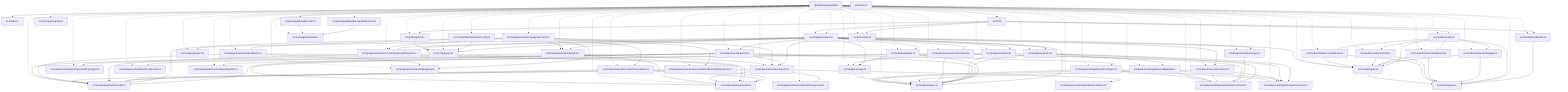
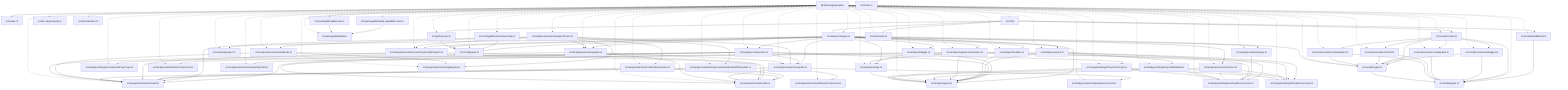
graph TD
  package__ankhorage_paradox["@ankhorage/paradox"]
  entrypoint_src_index_ts["src/index.ts"]
  package__ankhorage_paradox --> entrypoint_src_index_ts
  module_src_analyze_analyze_ts["src/analyze/analyze.ts"]
  package__ankhorage_paradox -.-> module_src_analyze_analyze_ts
  module_src_analyze_analyze_ts --> module_src_analyze_badges_ts
  module_src_analyze_analyze_ts --> module_src_analyze_components_ts
  module_src_analyze_analyze_ts --> module_src_analyze_exports_ts
  module_src_analyze_analyze_ts --> module_src_analyze_modules_ts
  module_src_analyze_analyze_ts --> module_src_analyze_project_ts
  module_src_analyze_analyze_ts --> module_src_analyze_readmeUsage_ts
  module_src_analyze_analyze_ts --> module_src_analyze_semantic_createTypeScriptProgram_ts
  module_src_analyze_analyze_ts --> module_src_analyze_semantic_exports_ts
  module_src_analyze_analyze_ts --> module_src_analyze_semantic_graphs_ts
  module_src_analyze_analyze_ts --> module_src_analyze_sequenceScenarios_ts
  module_src_analyze_analyze_ts --> module_src_analyze_sourceFunctions_ts
  module_src_analyze_analyze_ts --> module_src_analyze_types_ts
  module_src_analyze_analyze_ts --> module_src_analyze_usage_ts
  module_src_analyze_analyze_ts --> module_src_config_types_ts
  module_src_analyze_badges_ts["src/analyze/badges.ts"]
  package__ankhorage_paradox -.-> module_src_analyze_badges_ts
  module_src_analyze_badges_ts --> module_src_analyze_types_ts
  module_src_analyze_badges_ts --> module_src_analyze_usage_ts
  module_src_analyze_components_ts["src/analyze/components.ts"]
  package__ankhorage_paradox -.-> module_src_analyze_components_ts
  module_src_analyze_components_ts --> module_src_analyze_semantic_exports_ts
  module_src_analyze_components_ts --> module_src_analyze_semantic_model_ts
  module_src_analyze_components_ts --> module_src_analyze_types_ts
  module_src_analyze_components_ts --> module_src_analyze_utils_getComponentPropsType_ts
  module_src_analyze_components_ts --> module_src_analyze_utils_getPropsFromType_ts
  module_src_analyze_components_ts --> module_src_analyze_utils_isReactComponent_ts
  module_src_analyze_exports_ts["src/analyze/exports.ts"]
  package__ankhorage_paradox -.-> module_src_analyze_exports_ts
  module_src_analyze_exports_ts --> module_src_analyze_types_ts
  module_src_analyze_exports_ts --> module_src_analyze_utils_getExportMetadata_ts
  module_src_analyze_exports_ts --> module_src_analyze_utils_getParadoxComment_ts
  module_src_analyze_exports_ts --> module_src_analyze_utils_parseParadoxComment_ts
  module_src_analyze_exports_ts --> module_src_analyze_utils_resolveExportSymbol_ts
  module_src_analyze_modules_ts["src/analyze/modules.ts"]
  package__ankhorage_paradox -.-> module_src_analyze_modules_ts
  module_src_analyze_modules_ts --> module_src_analyze_types_ts
  module_src_analyze_project_ts["src/analyze/project.ts"]
  package__ankhorage_paradox -.-> module_src_analyze_project_ts
  module_src_analyze_readmeUsage_ts["src/analyze/readmeUsage.ts"]
  package__ankhorage_paradox -.-> module_src_analyze_readmeUsage_ts
  module_src_analyze_readmeUsage_ts --> module_src_analyze_utils_parseParadoxComment_ts
  module_src_analyze_semantic_analyzeProject_ts["src/analyze/semantic/analyzeProject.ts"]
  package__ankhorage_paradox -.-> module_src_analyze_semantic_analyzeProject_ts
  module_src_analyze_semantic_analyzeProject_ts --> module_src_analyze_semantic_associateDocBlocksWithSymbols_ts
  module_src_analyze_semantic_analyzeProject_ts --> module_src_analyze_semantic_collectSourceFiles_ts
  module_src_analyze_semantic_analyzeProject_ts --> module_src_analyze_semantic_createTypeScriptProgram_ts
  module_src_analyze_semantic_analyzeProject_ts --> module_src_analyze_semantic_docBlocks_ts
  module_src_analyze_semantic_analyzeProject_ts --> module_src_analyze_semantic_exports_ts
  module_src_analyze_semantic_analyzeProject_ts --> module_src_analyze_semantic_graphs_ts
  module_src_analyze_semantic_analyzeProject_ts --> module_src_analyze_semantic_model_ts
  module_src_analyze_semantic_analyzeProject_ts --> module_src_analyze_semantic_tagRegistry_ts
  module_src_analyze_semantic_associateDocBlocksWithSymbols_ts["src/analyze/semantic/associateDocBlocksWithSymbols.ts"]
  package__ankhorage_paradox -.-> module_src_analyze_semantic_associateDocBlocksWithSymbols_ts
  module_src_analyze_semantic_associateDocBlocksWithSymbols_ts --> module_src_analyze_semantic_model_ts
  module_src_analyze_semantic_associateDocBlocksWithSymbols_ts --> module_src_analyze_semantic_utils_ts
  module_src_analyze_semantic_collectSourceFiles_ts["src/analyze/semantic/collectSourceFiles.ts"]
  package__ankhorage_paradox -.-> module_src_analyze_semantic_collectSourceFiles_ts
  module_src_analyze_semantic_collectSourceFiles_ts --> module_src_analyze_semantic_model_ts
  module_src_analyze_semantic_collectSourceFiles_ts --> module_src_analyze_semantic_utils_ts
  module_src_analyze_semantic_createTypeScriptProgram_ts["src/analyze/semantic/createTypeScriptProgram.ts"]
  package__ankhorage_paradox -.-> module_src_analyze_semantic_createTypeScriptProgram_ts
  module_src_analyze_semantic_createTypeScriptProgram_ts --> module_src_analyze_semantic_model_ts
  module_src_analyze_semantic_createTypeScriptProgram_ts --> module_src_analyze_semantic_utils_ts
  module_src_analyze_semantic_docBlocks_ts["src/analyze/semantic/docBlocks.ts"]
  package__ankhorage_paradox -.-> module_src_analyze_semantic_docBlocks_ts
  module_src_analyze_semantic_docBlocks_ts --> module_src_analyze_semantic_model_ts
  module_src_analyze_semantic_docBlocks_ts --> module_src_analyze_semantic_tagRegistry_ts
  module_src_analyze_semantic_docBlocks_ts --> module_src_analyze_semantic_utils_ts
  module_src_analyze_semantic_exports_ts["src/analyze/semantic/exports.ts"]
  package__ankhorage_paradox -.-> module_src_analyze_semantic_exports_ts
  module_src_analyze_semantic_exports_ts --> module_src_analyze_semantic_isReactComponent_ts
  module_src_analyze_semantic_exports_ts --> module_src_analyze_semantic_model_ts
  module_src_analyze_semantic_exports_ts --> module_src_analyze_semantic_paradoxComment_ts
  module_src_analyze_semantic_exports_ts --> module_src_analyze_semantic_utils_ts
  module_src_analyze_semantic_graphs_ts["src/analyze/semantic/graphs.ts"]
  package__ankhorage_paradox -.-> module_src_analyze_semantic_graphs_ts
  module_src_analyze_semantic_graphs_ts --> module_src_analyze_semantic_exports_ts
  module_src_analyze_semantic_graphs_ts --> module_src_analyze_semantic_model_ts
  module_src_analyze_semantic_graphs_ts --> module_src_analyze_semantic_utils_ts
  module_src_analyze_semantic_isReactComponent_ts["src/analyze/semantic/isReactComponent.ts"]
  package__ankhorage_paradox -.-> module_src_analyze_semantic_isReactComponent_ts
  module_src_analyze_semantic_model_ts["src/analyze/semantic/model.ts"]
  package__ankhorage_paradox -.-> module_src_analyze_semantic_model_ts
  module_src_analyze_semantic_paradoxComment_ts["src/analyze/semantic/paradoxComment.ts"]
  package__ankhorage_paradox -.-> module_src_analyze_semantic_paradoxComment_ts
  module_src_analyze_semantic_tagRegistry_ts["src/analyze/semantic/tagRegistry.ts"]
  package__ankhorage_paradox -.-> module_src_analyze_semantic_tagRegistry_ts
  module_src_analyze_semantic_utils_ts["src/analyze/semantic/utils.ts"]
  package__ankhorage_paradox -.-> module_src_analyze_semantic_utils_ts
  module_src_analyze_sequenceScenarios_ts["src/analyze/sequenceScenarios.ts"]
  package__ankhorage_paradox -.-> module_src_analyze_sequenceScenarios_ts
  module_src_analyze_sequenceScenarios_ts --> module_src_analyze_semantic_utils_ts
  module_src_analyze_sequenceScenarios_ts --> module_src_analyze_types_ts
  module_src_analyze_sequenceScenarios_ts --> module_src_analyze_usage_ts
  module_src_analyze_sequenceScenarios_ts --> module_src_analyze_utils_getParadoxComment_ts
  module_src_analyze_sequenceScenarios_ts --> module_src_analyze_utils_parseParadoxComment_ts
  module_src_analyze_sourceFunctions_ts["src/analyze/sourceFunctions.ts"]
  package__ankhorage_paradox -.-> module_src_analyze_sourceFunctions_ts
  module_src_analyze_sourceFunctions_ts --> module_src_analyze_types_ts
  module_src_analyze_sourceFunctions_ts --> module_src_analyze_utils_getParadoxComment_ts
  module_src_analyze_sourceFunctions_ts --> module_src_analyze_utils_parseParadoxComment_ts
  module_src_analyze_types_ts["src/analyze/types.ts"]
  package__ankhorage_paradox -.-> module_src_analyze_types_ts
  module_src_analyze_usage_ts["src/analyze/usage.ts"]
  package__ankhorage_paradox -.-> module_src_analyze_usage_ts
  module_src_analyze_usage_ts --> module_src_analyze_types_ts
  module_src_analyze_utils_getComponentPropsType_ts["src/analyze/utils/getComponentPropsType.ts"]
  package__ankhorage_paradox -.-> module_src_analyze_utils_getComponentPropsType_ts
  module_src_analyze_utils_getExportMetadata_ts["src/analyze/utils/getExportMetadata.ts"]
  package__ankhorage_paradox -.-> module_src_analyze_utils_getExportMetadata_ts
  module_src_analyze_utils_getExportMetadata_ts --> module_src_analyze_types_ts
  module_src_analyze_utils_getExportMetadata_ts --> module_src_analyze_utils_getParadoxComment_ts
  module_src_analyze_utils_getExportMetadata_ts --> module_src_analyze_utils_parseParadoxComment_ts
  module_src_analyze_utils_getParadoxComment_ts["src/analyze/utils/getParadoxComment.ts"]
  package__ankhorage_paradox -.-> module_src_analyze_utils_getParadoxComment_ts
  module_src_analyze_utils_getPropsFromType_ts["src/analyze/utils/getPropsFromType.ts"]
  package__ankhorage_paradox -.-> module_src_analyze_utils_getPropsFromType_ts
  module_src_analyze_utils_getPropsFromType_ts --> module_src_analyze_types_ts
  module_src_analyze_utils_getPropsFromType_ts --> module_src_analyze_utils_getParadoxComment_ts
  module_src_analyze_utils_getPropsFromType_ts --> module_src_analyze_utils_parseParadoxComment_ts
  module_src_analyze_utils_isReactComponent_ts["src/analyze/utils/isReactComponent.ts"]
  package__ankhorage_paradox -.-> module_src_analyze_utils_isReactComponent_ts
  module_src_analyze_utils_parseParadoxComment_ts["src/analyze/utils/parseParadoxComment.ts"]
  package__ankhorage_paradox -.-> module_src_analyze_utils_parseParadoxComment_ts
  module_src_analyze_utils_resolveExportSymbol_ts["src/analyze/utils/resolveExportSymbol.ts"]
  package__ankhorage_paradox -.-> module_src_analyze_utils_resolveExportSymbol_ts
  module_src_cli_ts["src/cli.ts"]
  package__ankhorage_paradox -.-> module_src_cli_ts
  module_src_cli_ts --> module_src_analyze_analyze_ts
  module_src_cli_ts --> module_src_model_buildModel_ts
  module_src_cli_ts --> module_src_paths_policy_ts
  module_src_cli_ts --> module_src_render_render_ts
  module_src_cli_ts --> module_src_write_write_ts
  module_src_config_defineParadoxConfig_ts["src/config/defineParadoxConfig.ts"]
  package__ankhorage_paradox -.-> module_src_config_defineParadoxConfig_ts
  module_src_config_defineParadoxConfig_ts --> module_src_config_types_ts
  module_src_config_types_ts["src/config/types.ts"]
  package__ankhorage_paradox -.-> module_src_config_types_ts
  module_src_doc_tags_registry_ts["src/doc-tags/registry.ts"]
  package__ankhorage_paradox -.-> module_src_doc_tags_registry_ts
+   module_src_docsSurface_ts["src/docsSurface.ts"]
+   package__ankhorage_paradox -.-> module_src_docsSurface_ts
  module_src_index_ts["src/index.ts"]
  module_src_model_buildModel_ts["src/model/buildModel.ts"]
  package__ankhorage_paradox -.-> module_src_model_buildModel_ts
  module_src_model_buildModel_ts --> module_src_model_types_ts
  module_src_model_types_ts["src/model/types.ts"]
  package__ankhorage_paradox -.-> module_src_model_types_ts
  module_src_packageMetadata_capabilities_test_ts["src/packageMetadata.capabilities.test.ts"]
  package__ankhorage_paradox -.-> module_src_packageMetadata_capabilities_test_ts
  module_src_packageMetadata_capabilities_test_ts --> module_src_packageMetadata_ts
  module_src_packageMetadata_test_ts["src/packageMetadata.test.ts"]
  package__ankhorage_paradox -.-> module_src_packageMetadata_test_ts
  module_src_packageMetadata_test_ts --> module_src_packageMetadata_ts
  module_src_packageMetadata_ts["src/packageMetadata.ts"]
  package__ankhorage_paradox -.-> module_src_packageMetadata_ts
  module_src_paths_policy_ts["src/paths/policy.ts"]
  package__ankhorage_paradox -.-> module_src_paths_policy_ts
  module_src_paths_policy_ts --> module_src_config_types_ts
  module_src_render_render_ts["src/render/render.ts"]
  package__ankhorage_paradox -.-> module_src_render_render_ts
  module_src_render_render_ts --> module_src_model_types_ts
  module_src_render_render_ts --> module_src_render_renderers_badges_ts
  module_src_render_render_ts --> module_src_render_renderers_diagrams_ts
  module_src_render_render_ts --> module_src_render_renderers_html_ts
  module_src_render_render_ts --> module_src_render_renderers_markdown_ts
  module_src_render_render_ts --> module_src_render_types_ts
  module_src_render_renderers_badges_ts["src/render/renderers/badges.ts"]
  package__ankhorage_paradox -.-> module_src_render_renderers_badges_ts
  module_src_render_renderers_badges_ts --> module_src_model_types_ts
  module_src_render_renderers_badges_ts --> module_src_render_types_ts
  module_src_render_renderers_diagrams_ts["src/render/renderers/diagrams.ts"]
  package__ankhorage_paradox -.-> module_src_render_renderers_diagrams_ts
  module_src_render_renderers_diagrams_ts --> module_src_model_types_ts
  module_src_render_renderers_diagrams_ts --> module_src_render_types_ts
  module_src_render_renderers_html_ts["src/render/renderers/html.ts"]
  package__ankhorage_paradox -.-> module_src_render_renderers_html_ts
  module_src_render_renderers_html_ts --> module_src_model_types_ts
  module_src_render_renderers_html_ts --> module_src_render_types_ts
  module_src_render_renderers_markdown_ts["src/render/renderers/markdown.ts"]
  package__ankhorage_paradox -.-> module_src_render_renderers_markdown_ts
  module_src_render_renderers_markdown_ts --> module_src_model_types_ts
  module_src_render_renderers_markdown_ts --> module_src_render_types_ts
  module_src_render_types_ts["src/render/types.ts"]
  package__ankhorage_paradox -.-> module_src_render_types_ts
  module_src_render_types_ts --> module_src_model_types_ts
  module_src_write_write_ts["src/write/write.ts"]
  package__ankhorage_paradox -.-> module_src_write_write_ts
  module_src_write_write_ts --> module_src_config_types_ts
  module_src_write_write_ts --> module_src_render_types_ts
